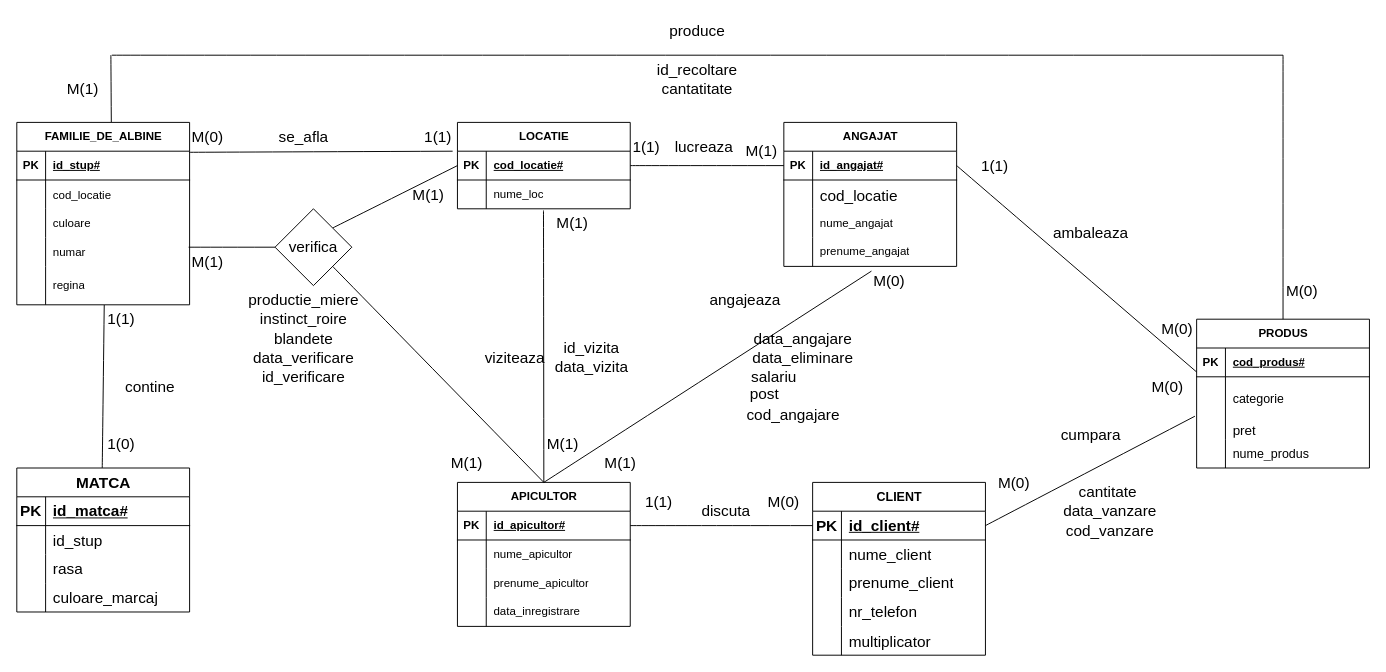
Earlier version of the draw.io diagram page "Page-1" (1 of 2) of Diagramă fără titlu.drawio (Matoka26/DataBase-Stupina). Source tidied: cells renumbered, new cells numbered last; positions are measured from the earlier drawing's top-left corner, leaving out a move shared by most shapes. Both pictures are drawn from the tidied source at 96%, with x=0, y=0 at pixel (16, 16).
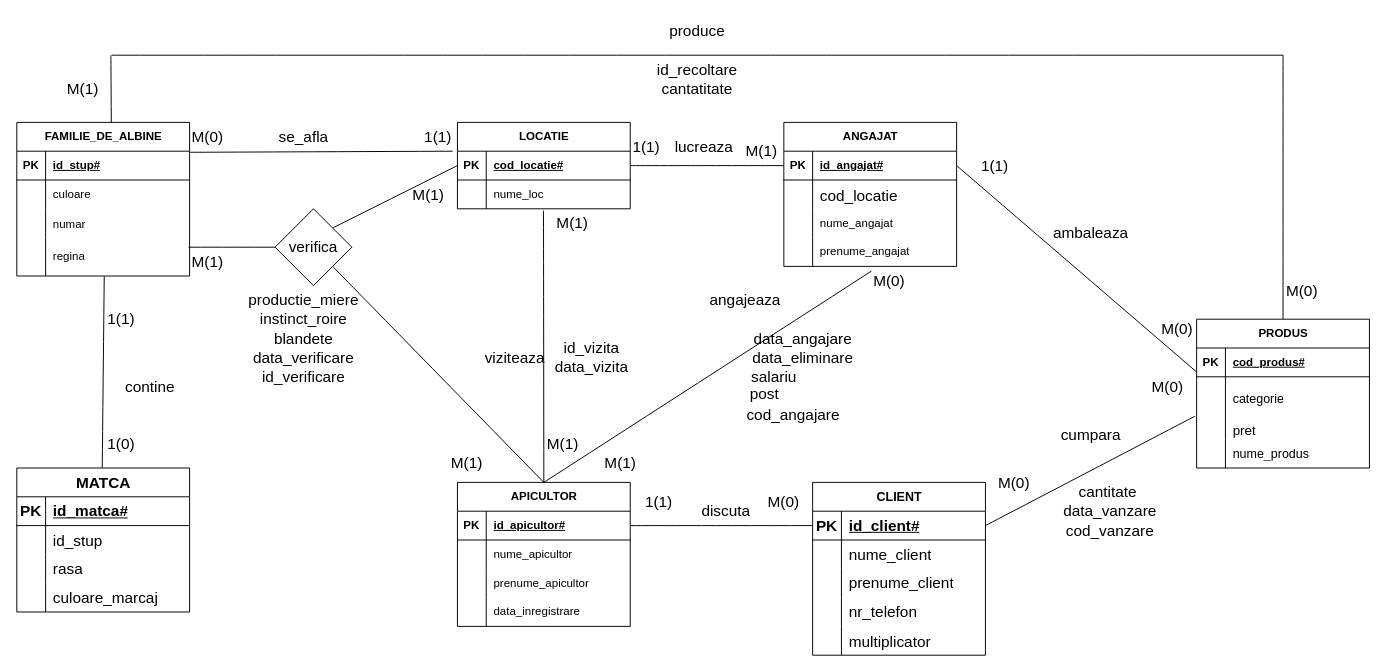
Above is the later version.

What changed in the source:
```diff
@@
     <mxCell id="35" value="FAMILIE_DE_ALBINE" style="shape=table;startSize=30;childLayout=tableLayout;rowLines=0;fontStyle=1;align=center;html=1;" parent="1" vertex="1">
-      <mxGeometry y="110" width="180" height="190" as="geometry" />
+      <mxGeometry y="110" width="180" height="160" as="geometry" />
     </mxCell>
@@
-    <mxCell id="39" style="shape=tableRow;horizontal=0;startSize=0;swimlaneHead=0;swimlaneBody=0;fillColor=none;top=0;left=0;right=0;bottom=0;fontSize=16;" parent="35" vertex="1">
-      <mxGeometry y="60" width="180" height="30" as="geometry" />
-    </mxCell>
-    <mxCell id="40" style="shape=partialRectangle;fillColor=none;top=0;left=0;bottom=0;right=0;overflow=hidden;fontSize=16;" parent="39" vertex="1">
-      <mxGeometry width="30" height="30" as="geometry" />
-    </mxCell>
-    <mxCell id="41" value="cod_locatie" style="shape=partialRectangle;fillColor=none;top=0;left=0;bottom=0;right=0;align=left;spacingLeft=6;overflow=hidden;fontSize=12;" parent="39" vertex="1">
-      <mxGeometry x="30" width="150" height="30" as="geometry" />
-    </mxCell>
     <mxCell id="42" style="shape=tableRow;horizontal=0;startSize=0;swimlaneHead=0;swimlaneBody=0;fillColor=none;top=0;left=0;right=0;bottom=0;" parent="35" vertex="1">
-      <mxGeometry y="90" width="180" height="30" as="geometry" />
+      <mxGeometry y="60" width="180" height="30" as="geometry" />
     </mxCell>
@@
     <mxCell id="45" style="shape=tableRow;horizontal=0;startSize=0;swimlaneHead=0;swimlaneBody=0;fillColor=none;top=0;left=0;right=0;bottom=0;fontSize=13;" parent="35" vertex="1">
-      <mxGeometry y="120" width="180" height="30" as="geometry" />
+      <mxGeometry y="90" width="180" height="30" as="geometry" />
     </mxCell>
@@
     <mxCell id="48" style="shape=tableRow;horizontal=0;startSize=0;swimlaneHead=0;swimlaneBody=0;fillColor=none;points=[[0,0.5],[1,0.5]];portConstraint=eastwest;top=0;left=0;right=0;bottom=0;" parent="35" vertex="1">
-      <mxGeometry y="150" width="180" height="40" as="geometry" />
+      <mxGeometry y="120" width="180" height="40" as="geometry" />
     </mxCell>
```
